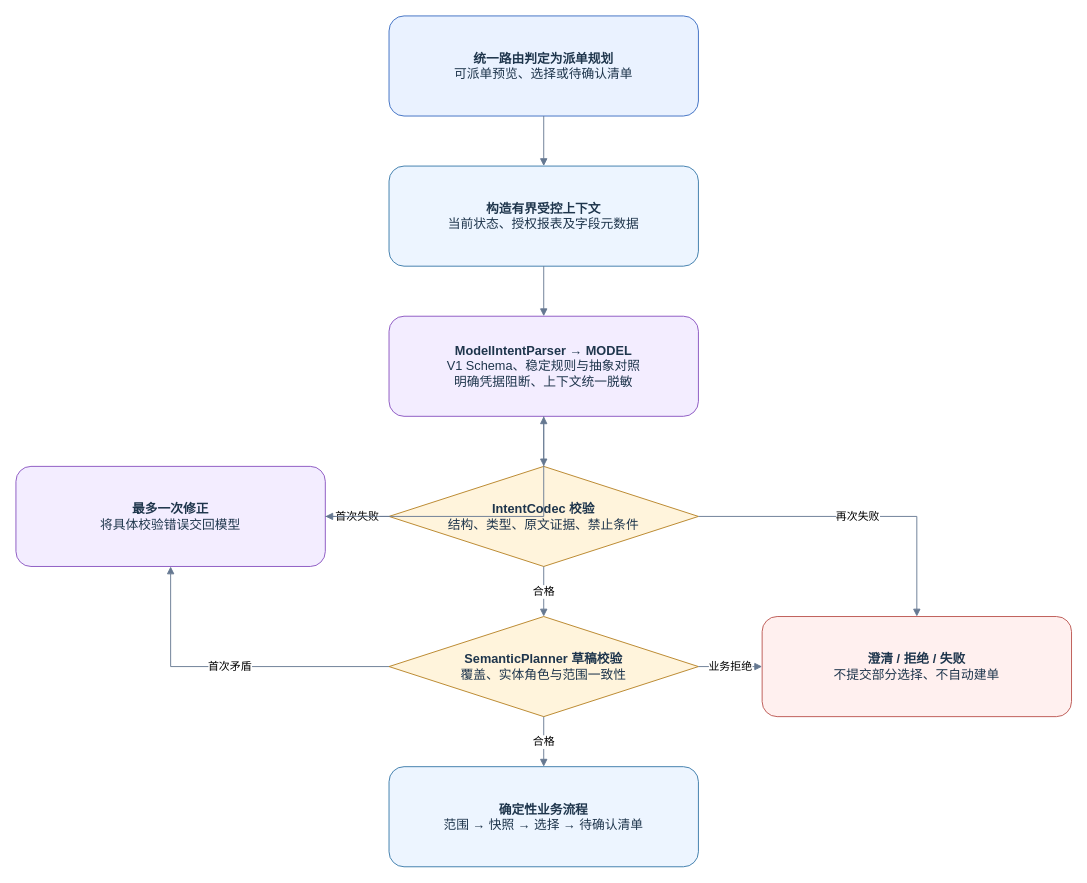
This is page "02 派单子流程解析与校验" (2 of 12) of docs/diagrams/demo-final/demo-final.drawio from QSZJAVA/agent_demo, a draw.io file, before an edit. Source tidied: cells renumbered, new cells numbered last; positions are measured from the earlier drawing's top-left corner, leaving out a move shared by most shapes. Both pictures are drawn from the tidied source at 91%, with x=0, y=0 at pixel (15, 15).
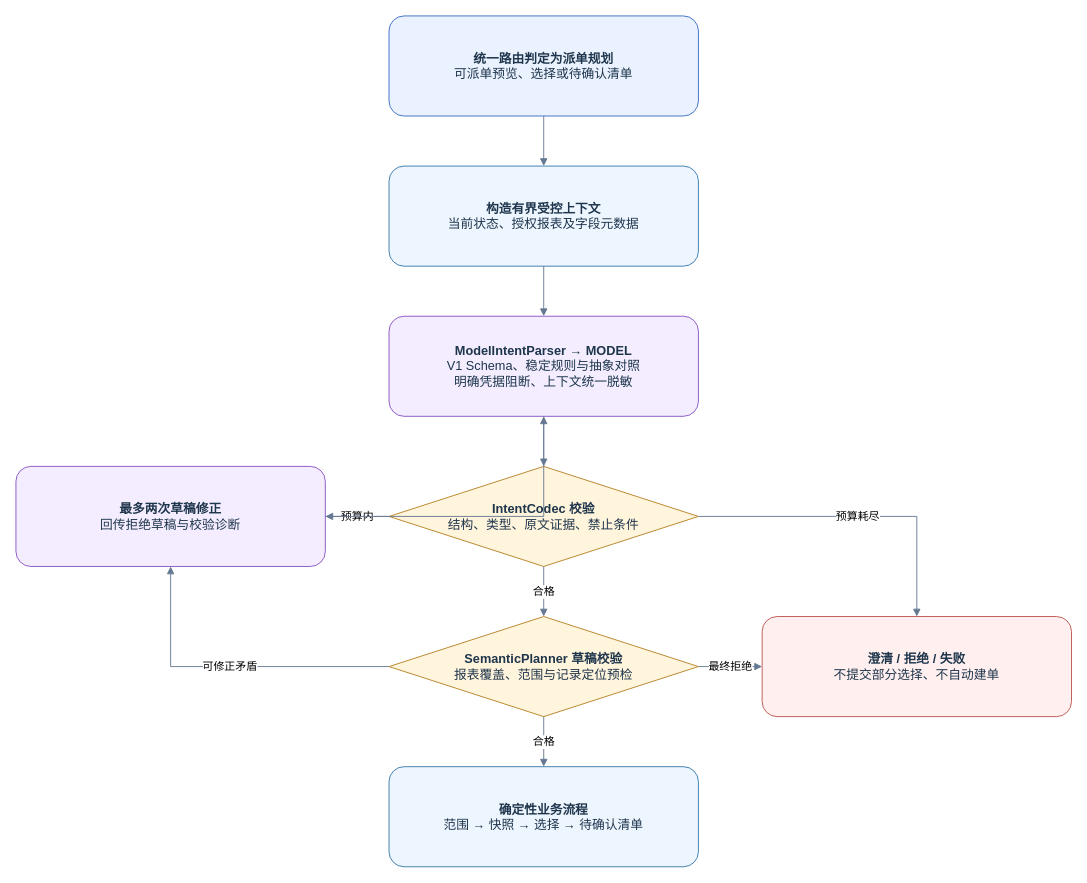
The same diagram, later.

Diff of the diagram source:
```diff
@@
 <mxGraphModel>
   <root>
     <mxCell id="0" />
     <mxCell id="1" parent="0" />
     <mxCell id="2" value="&lt;b&gt;统一路由判定为派单规划&lt;/b&gt;&lt;br&gt;可派单预览、选择或待确认清单" style="rounded=1;whiteSpace=wrap;html=1;fillColor=#eaf2ff;strokeColor=#386bc1;fontColor=#1e354c;fontFamily=Microsoft YaHei;fontSize=14;" parent="1" vertex="1">
       <mxGeometry x="410" width="340" height="110" as="geometry" />
     </mxCell>
     <mxCell id="3" value="&lt;b&gt;构造有界受控上下文&lt;/b&gt;&lt;br&gt;当前状态、授权报表及字段元数据" style="rounded=1;whiteSpace=wrap;html=1;fillColor=#edf5ff;strokeColor=#3778a8;fontColor=#1e354c;fontFamily=Microsoft YaHei;fontSize=14;" parent="1" vertex="1">
       <mxGeometry x="410" y="165" width="340" height="110" as="geometry" />
     </mxCell>
     <mxCell id="4" value="&lt;b&gt;ModelIntentParser → MODEL&lt;/b&gt;&lt;br&gt;V1 Schema、稳定规则与抽象对照&lt;br&gt;明确凭据阻断、上下文统一脱敏" style="rounded=1;whiteSpace=wrap;html=1;fillColor=#f3edff;strokeColor=#8751bf;fontColor=#1e354c;fontFamily=Microsoft YaHei;fontSize=14;" parent="1" vertex="1">
       <mxGeometry x="410" y="330" width="340" height="110" as="geometry" />
     </mxCell>
     <mxCell id="5" value="&lt;b&gt;IntentCodec 校验&lt;/b&gt;&lt;br&gt;结构、类型、原文证据、禁止条件" style="rhombus;whiteSpace=wrap;html=1;fillColor=#fff4dc;strokeColor=#b58022;fontColor=#1e354c;fontFamily=Microsoft YaHei;fontSize=14;" parent="1" vertex="1">
       <mxGeometry x="410" y="495" width="340" height="110" as="geometry" />
     </mxCell>
-    <mxCell id="6" value="&lt;b&gt;最多一次修正&lt;/b&gt;&lt;br&gt;将具体校验错误交回模型" style="rounded=1;whiteSpace=wrap;html=1;fillColor=#f3edff;strokeColor=#8751bf;fontColor=#1e354c;fontFamily=Microsoft YaHei;fontSize=14;" parent="1" vertex="1">
+    <mxCell id="6" value="&lt;b&gt;最多两次草稿修正&lt;/b&gt;&lt;br&gt;回传拒绝草稿与校验诊断" style="rounded=1;whiteSpace=wrap;html=1;fillColor=#f3edff;strokeColor=#8751bf;fontColor=#1e354c;fontFamily=Microsoft YaHei;fontSize=14;" parent="1" vertex="1">
       <mxGeometry y="495" width="340" height="110" as="geometry" />
     </mxCell>
-    <mxCell id="7" value="&lt;b&gt;SemanticPlanner 草稿校验&lt;/b&gt;&lt;br&gt;覆盖、实体角色与范围一致性" style="rhombus;whiteSpace=wrap;html=1;fillColor=#fff4dc;strokeColor=#b58022;fontColor=#1e354c;fontFamily=Microsoft YaHei;fontSize=14;" parent="1" vertex="1">
+    <mxCell id="7" value="&lt;b&gt;SemanticPlanner 草稿校验&lt;/b&gt;&lt;br&gt;报表覆盖、范围与记录定位预检" style="rhombus;whiteSpace=wrap;html=1;fillColor=#fff4dc;strokeColor=#b58022;fontColor=#1e354c;fontFamily=Microsoft YaHei;fontSize=14;" parent="1" vertex="1">
       <mxGeometry x="410" y="660" width="340" height="110" as="geometry" />
     </mxCell>
     <mxCell id="8" value="&lt;b&gt;澄清 / 拒绝 / 失败&lt;/b&gt;&lt;br&gt;不提交部分选择、不自动建单" style="rounded=1;whiteSpace=wrap;html=1;fillColor=#fff0ef;strokeColor=#ba534e;fontColor=#1e354c;fontFamily=Microsoft YaHei;fontSize=14;" parent="1" vertex="1">
       <mxGeometry x="820" y="660" width="340" height="110" as="geometry" />
     </mxCell>
     <mxCell id="9" value="&lt;b&gt;确定性业务流程&lt;/b&gt;&lt;br&gt;范围 → 快照 → 选择 → 待确认清单" style="rounded=1;whiteSpace=wrap;html=1;fillColor=#edf5ff;strokeColor=#3778a8;fontColor=#1e354c;fontFamily=Microsoft YaHei;fontSize=14;" parent="1" vertex="1">
       <mxGeometry x="410" y="825" width="340" height="110" as="geometry" />
     </mxCell>
     <mxCell id="10" style="edgeStyle=orthogonalEdgeStyle;rounded=0;html=1;endArrow=block;endFill=1;strokeColor=#657891;fontFamily=Microsoft YaHei;fontSize=12;" parent="1" edge="1" source="2" target="3">
       <mxGeometry relative="1" as="geometry" />
     </mxCell>
     <mxCell id="11" style="edgeStyle=orthogonalEdgeStyle;rounded=0;html=1;endArrow=block;endFill=1;strokeColor=#657891;fontFamily=Microsoft YaHei;fontSize=12;" parent="1" edge="1" source="3" target="4">
       <mxGeometry relative="1" as="geometry" />
     </mxCell>
     <mxCell id="12" style="edgeStyle=orthogonalEdgeStyle;rounded=0;html=1;endArrow=block;endFill=1;strokeColor=#657891;fontFamily=Microsoft YaHei;fontSize=12;" parent="1" edge="1" source="4" target="5">
       <mxGeometry relative="1" as="geometry" />
     </mxCell>
-    <mxCell id="13" value="首次失败" style="edgeStyle=orthogonalEdgeStyle;rounded=0;html=1;endArrow=block;endFill=1;strokeColor=#657891;fontFamily=Microsoft YaHei;fontSize=12;" parent="1" edge="1" source="5" target="6">
+    <mxCell id="13" value="预算内" style="edgeStyle=orthogonalEdgeStyle;rounded=0;html=1;endArrow=block;endFill=1;strokeColor=#657891;fontFamily=Microsoft YaHei;fontSize=12;" parent="1" edge="1" source="5" target="6">
       <mxGeometry relative="1" as="geometry" />
     </mxCell>
     <mxCell id="14" style="edgeStyle=orthogonalEdgeStyle;rounded=0;html=1;endArrow=block;endFill=1;strokeColor=#657891;fontFamily=Microsoft YaHei;fontSize=12;" parent="1" edge="1" source="6" target="4">
       <mxGeometry relative="1" as="geometry" />
     </mxCell>
     <mxCell id="15" value="合格" style="edgeStyle=orthogonalEdgeStyle;rounded=0;html=1;endArrow=block;endFill=1;strokeColor=#657891;fontFamily=Microsoft YaHei;fontSize=12;" parent="1" edge="1" source="5" target="7">
       <mxGeometry relative="1" as="geometry" />
     </mxCell>
-    <mxCell id="16" value="首次矛盾" style="edgeStyle=orthogonalEdgeStyle;rounded=0;html=1;endArrow=block;endFill=1;strokeColor=#657891;fontFamily=Microsoft YaHei;fontSize=12;" parent="1" edge="1" source="7" target="6">
+    <mxCell id="16" value="可修正矛盾" style="edgeStyle=orthogonalEdgeStyle;rounded=0;html=1;endArrow=block;endFill=1;strokeColor=#657891;fontFamily=Microsoft YaHei;fontSize=12;" parent="1" edge="1" source="7" target="6">
       <mxGeometry relative="1" as="geometry" />
     </mxCell>
-    <mxCell id="17" value="再次失败" style="edgeStyle=orthogonalEdgeStyle;rounded=0;html=1;endArrow=block;endFill=1;strokeColor=#657891;fontFamily=Microsoft YaHei;fontSize=12;" parent="1" edge="1" source="5" target="8">
+    <mxCell id="17" value="预算耗尽" style="edgeStyle=orthogonalEdgeStyle;rounded=0;html=1;endArrow=block;endFill=1;strokeColor=#657891;fontFamily=Microsoft YaHei;fontSize=12;" parent="1" edge="1" source="5" target="8">
       <mxGeometry relative="1" as="geometry" />
     </mxCell>
-    <mxCell id="18" value="业务拒绝" style="edgeStyle=orthogonalEdgeStyle;rounded=0;html=1;endArrow=block;endFill=1;strokeColor=#657891;fontFamily=Microsoft YaHei;fontSize=12;" parent="1" edge="1" source="7" target="8">
+    <mxCell id="18" value="最终拒绝" style="edgeStyle=orthogonalEdgeStyle;rounded=0;html=1;endArrow=block;endFill=1;strokeColor=#657891;fontFamily=Microsoft YaHei;fontSize=12;" parent="1" edge="1" source="7" target="8">
       <mxGeometry relative="1" as="geometry" />
     </mxCell>
     <mxCell id="19" value="合格" style="edgeStyle=orthogonalEdgeStyle;rounded=0;html=1;endArrow=block;endFill=1;strokeColor=#657891;fontFamily=Microsoft YaHei;fontSize=12;" parent="1" edge="1" source="7" target="9">
       <mxGeometry relative="1" as="geometry" />
     </mxCell>
   </root>
 </mxGraphModel>
```
